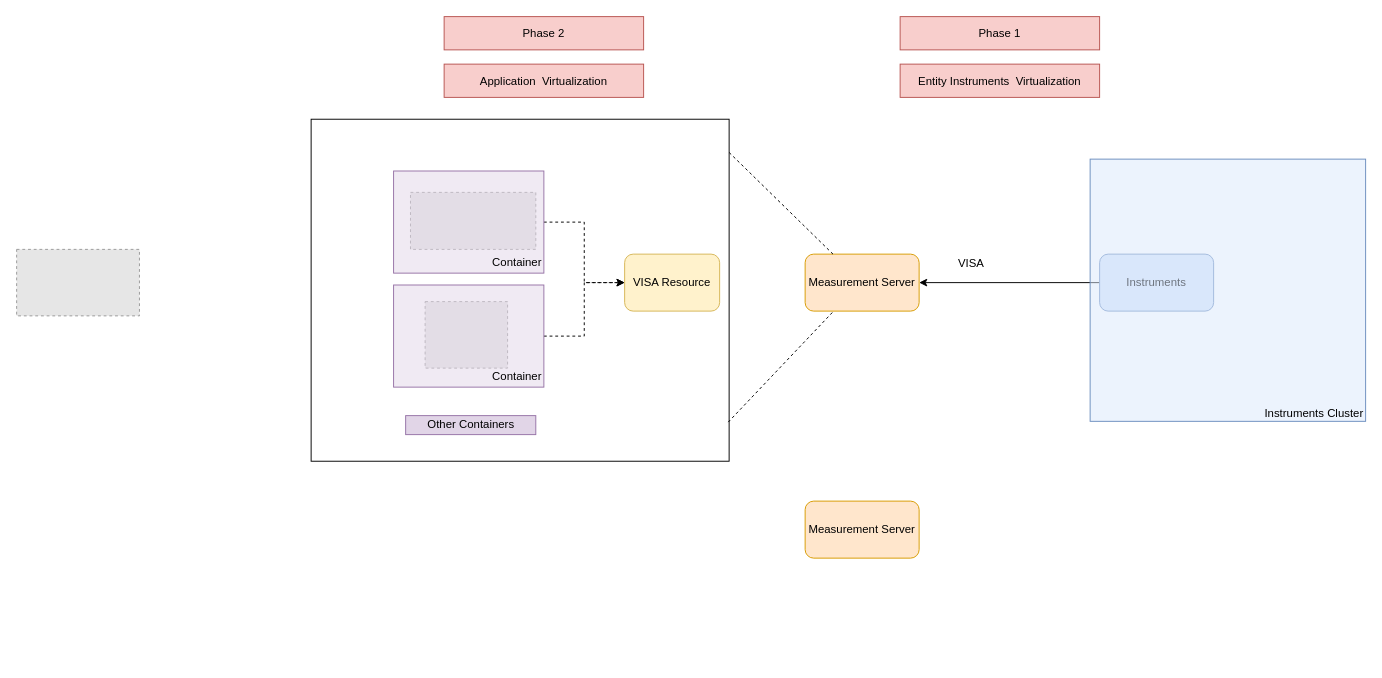
Above: 20201217.drawio in vanguoo/Distributed-Measurement-System (draw.io), before the change. Source tidied: cells renumbered, new cells numbered last; positions are measured from the earlier drawing's top-left corner, leaving out a move shared by most shapes. Both pictures are drawn from the tidied source at 95%, with x=0, y=0 at pixel (16, 16). Pictures stored in the file or linked from it are replaced by grey dashed boxes.
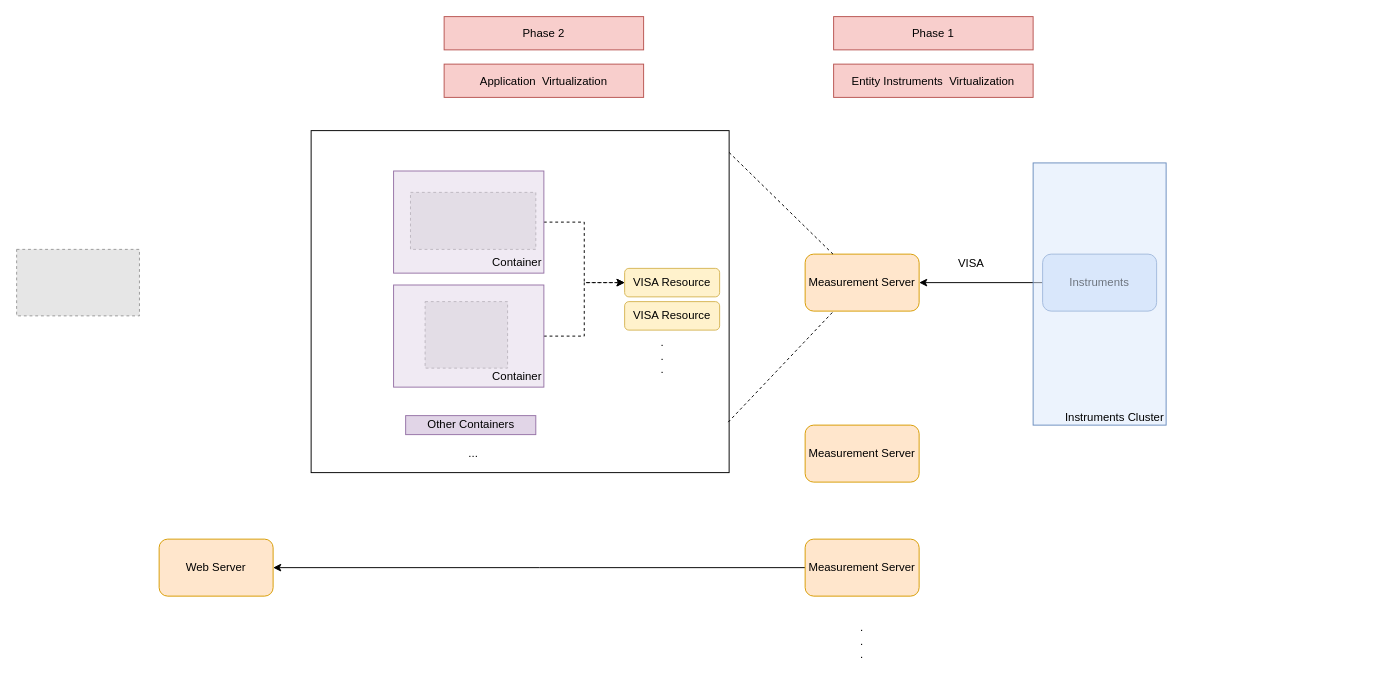
Above is the later version.

What changed in the source:
```diff
@@
     <mxCell id="3" value="Instruments" style="rounded=1;whiteSpace=wrap;html=1;fillColor=#dae8fc;strokeColor=#6c8ebf;" parent="1" vertex="1">
-      <mxGeometry x="1140" y="250" width="120" height="60" as="geometry" />
+      <mxGeometry x="1080" y="250" width="120" height="60" as="geometry" />
     </mxCell>
@@
     <mxCell id="8" value="VISA Resource" style="rounded=1;whiteSpace=wrap;html=1;fillColor=#fff2cc;strokeColor=#d6b656;" parent="1" vertex="1">
-      <mxGeometry x="640" y="250" width="100" height="60" as="geometry" />
+      <mxGeometry x="640" y="265" width="100" height="30" as="geometry" />
     </mxCell>
@@
     <mxCell id="16" value="Measurement Server" style="rounded=1;whiteSpace=wrap;html=1;fillColor=#ffe6cc;strokeColor=#d79b00;" parent="1" vertex="1">
-      <mxGeometry x="830" y="510" width="120" height="60" as="geometry" />
+      <mxGeometry x="830" y="430" width="120" height="60" as="geometry" />
     </mxCell>
     <mxCell id="17" value="&lt;br&gt;&lt;br&gt;&lt;br&gt;&lt;br&gt;&lt;br&gt;&lt;br&gt;&lt;br&gt;&lt;br&gt;&lt;br&gt;&lt;br&gt;&lt;br&gt;&lt;br&gt;&lt;br&gt;&lt;br&gt;&lt;br&gt;&lt;br&gt;&lt;br&gt;&lt;br&gt;Instruments Cluster" style="rounded=0;whiteSpace=wrap;html=1;fillOpacity=50;fillColor=#dae8fc;strokeColor=#6c8ebf;align=right;" parent="1" vertex="1">
-      <mxGeometry x="1130" y="150" width="290" height="276" as="geometry" />
+      <mxGeometry x="1070" y="154" width="140" height="276" as="geometry" />
     </mxCell>
-    <mxCell id="18" style="rounded=0;whiteSpace=wrap;html=1;fillColor=none;" parent="1" vertex="1">
-      <mxGeometry x="310" y="108" width="440" height="360" as="geometry" />
+    <mxCell id="18" style="rounded=0;whiteSpace=wrap;html=1;fillColor=none;align=left;" parent="1" vertex="1">
+      <mxGeometry x="310" y="120" width="440" height="360" as="geometry" />
     </mxCell>
@@
     <mxCell id="20" value="Entity Instruments&amp;nbsp; Virtualization" style="text;html=1;strokeColor=#b85450;fillColor=#f8cecc;align=center;verticalAlign=middle;whiteSpace=wrap;rounded=0;" parent="1" vertex="1">
-      <mxGeometry x="930" y="50" width="210" height="35" as="geometry" />
+      <mxGeometry x="860" y="50" width="210" height="35" as="geometry" />
     </mxCell>
     <mxCell id="21" value="Phase 1" style="text;html=1;strokeColor=#b85450;fillColor=#f8cecc;align=center;verticalAlign=middle;whiteSpace=wrap;rounded=0;" parent="1" vertex="1">
-      <mxGeometry x="930" width="210" height="35" as="geometry" />
+      <mxGeometry x="860" width="210" height="35" as="geometry" />
     </mxCell>
@@
+    <mxCell id="24" style="edgeStyle=orthogonalEdgeStyle;rounded=0;jettySize=auto;html=1;" parent="1" edge="1" source="25">
+      <mxGeometry relative="1" as="geometry">
+        <mxPoint x="270" y="580" as="targetPoint" />
+      </mxGeometry>
+    </mxCell>
+    <mxCell id="25" value="Measurement Server" style="rounded=1;whiteSpace=wrap;html=1;fillColor=#ffe6cc;strokeColor=#d79b00;" parent="1" vertex="1">
+      <mxGeometry x="830" y="550" width="120" height="60" as="geometry" />
+    </mxCell>
+    <mxCell id="26" value="&lt;br&gt;.&lt;br&gt;.&lt;br&gt;." style="text;html=1;strokeColor=none;fillColor=none;align=center;verticalAlign=middle;whiteSpace=wrap;rounded=0;" parent="1" vertex="1">
+      <mxGeometry x="870" y="640" width="40" height="20" as="geometry" />
+    </mxCell>
+    <mxCell id="27" value="Web Server" style="rounded=1;whiteSpace=wrap;html=1;fillColor=#ffe6cc;strokeColor=#d79b00;" parent="1" vertex="1">
+      <mxGeometry x="150" y="550" width="120" height="60" as="geometry" />
+    </mxCell>
+    <mxCell id="28" value="VISA Resource" style="rounded=1;whiteSpace=wrap;html=1;fillColor=#fff2cc;strokeColor=#d6b656;" parent="1" vertex="1">
+      <mxGeometry x="640" y="300" width="100" height="30" as="geometry" />
+    </mxCell>
+    <mxCell id="29" value="&lt;br&gt;.&lt;br&gt;.&lt;br&gt;." style="text;html=1;strokeColor=none;fillColor=none;align=center;verticalAlign=middle;whiteSpace=wrap;rounded=0;" parent="1" vertex="1">
+      <mxGeometry x="660" y="340" width="40" height="20" as="geometry" />
+    </mxCell>
+    <mxCell id="30" value="..." style="text;html=1;strokeColor=none;fillColor=none;align=center;verticalAlign=middle;whiteSpace=wrap;rounded=0;" parent="1" vertex="1">
+      <mxGeometry x="460.6" y="450" width="40" height="20" as="geometry" />
+    </mxCell>
```
